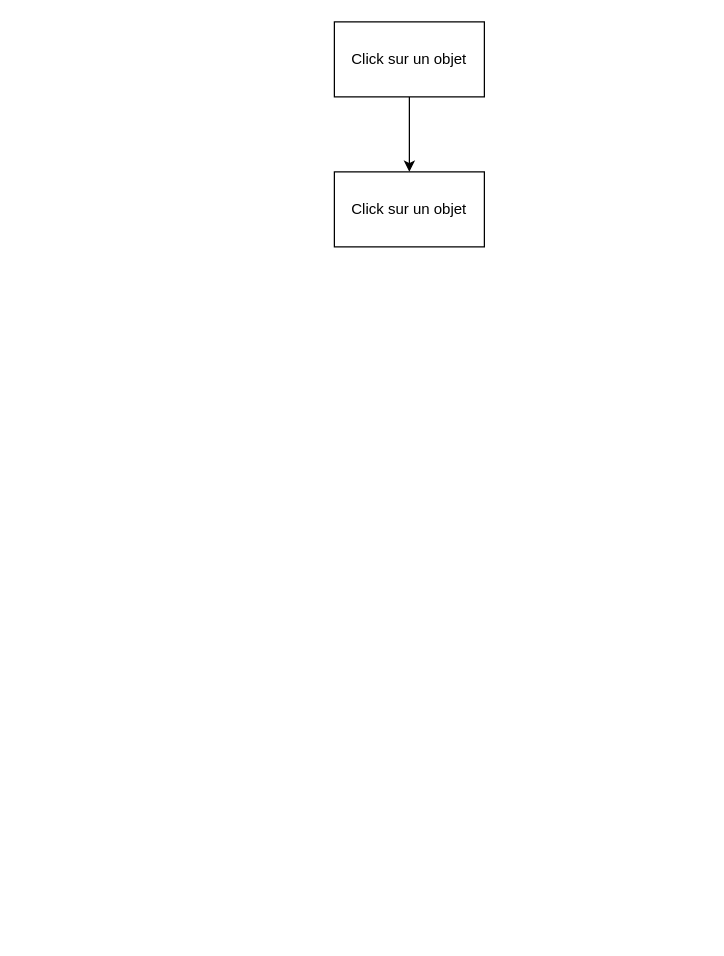
danielthalmann/MyAdventures keeps this draw.io diagram as Docs/actions.drawio. Above is the earlier version. Source tidied: cells renumbered, new cells numbered last; positions are measured from the earlier drawing's top-left corner, leaving out a move shared by most shapes. Both pictures are drawn from the tidied source at 125%, with x=0, y=0 at pixel (334, 21).
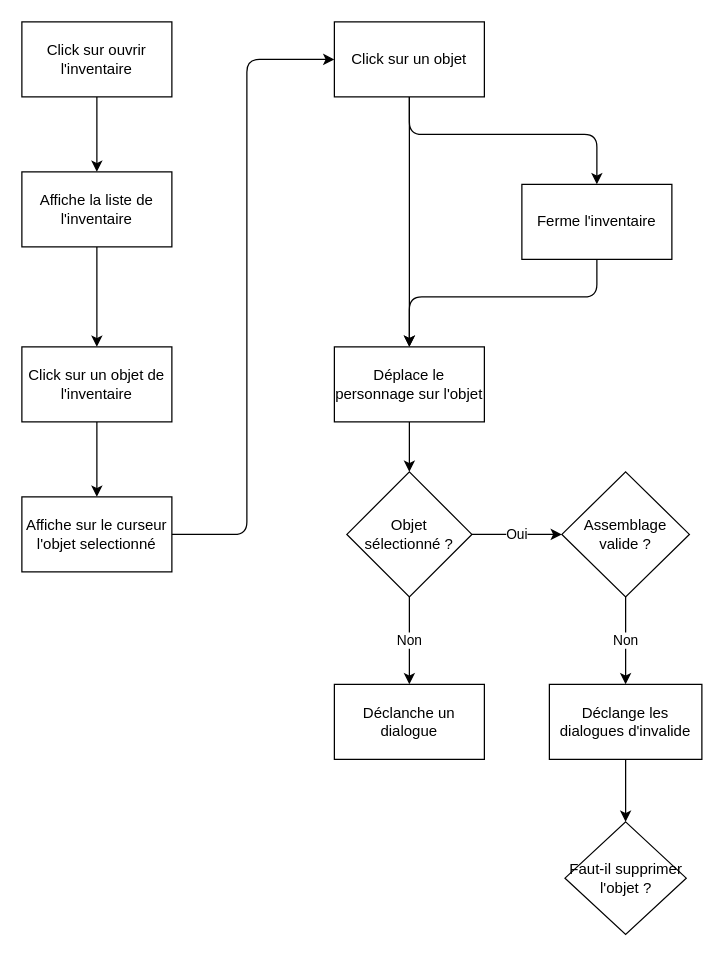
Above is the later version.

Unchanged cells that the change refers to:
```xml
<mxCell id="3" value="Click sur un objet" style="rounded=0;whiteSpace=wrap;html=1;" parent="1" vertex="1">
  <mxGeometry width="120" height="60" as="geometry" />
</mxCell>
```

The edit, as a diff of the source:
```diff
@@
+    <mxCell id="5" style="edgeStyle=none;html=1;" parent="1" edge="1" source="3" target="13">
+      <mxGeometry relative="1" as="geometry">
+        <Array as="points">
+          <mxPoint x="60" y="90" />
+          <mxPoint x="210" y="90" />
+        </Array>
+      </mxGeometry>
+    </mxCell>
@@
+    <mxCell id="6" style="edgeStyle=none;html=1;" parent="1" edge="1" source="4" target="20">
+      <mxGeometry relative="1" as="geometry" />
+    </mxCell>
-    <mxCell id="4" value="Click sur un objet" style="rounded=0;whiteSpace=wrap;html=1;" parent="1" vertex="1">
-      <mxGeometry y="120" width="120" height="60" as="geometry" />
+    <mxCell id="4" value="Déplace le personnage sur l'objet" style="rounded=0;whiteSpace=wrap;html=1;" parent="1" vertex="1">
+      <mxGeometry y="260" width="120" height="60" as="geometry" />
     </mxCell>
+    <mxCell id="7" value="Déclanche un dialogue" style="rounded=0;whiteSpace=wrap;html=1;" parent="1" vertex="1">
+      <mxGeometry y="530" width="120" height="60" as="geometry" />
+    </mxCell>
+    <mxCell id="8" style="edgeStyle=none;html=1;" parent="1" edge="1" source="9" target="11">
+      <mxGeometry relative="1" as="geometry" />
+    </mxCell>
+    <mxCell id="9" value="Click sur un objet de l'inventaire" style="rounded=0;whiteSpace=wrap;html=1;" parent="1" vertex="1">
+      <mxGeometry x="-250" y="260" width="120" height="60" as="geometry" />
+    </mxCell>
+    <mxCell id="10" style="edgeStyle=none;html=1;entryX=0;entryY=0.5;entryDx=0;entryDy=0;" parent="1" edge="1" source="11" target="3">
+      <mxGeometry relative="1" as="geometry">
+        <Array as="points">
+          <mxPoint x="-70" y="410" />
+          <mxPoint x="-70" y="30" />
+        </Array>
+      </mxGeometry>
+    </mxCell>
+    <mxCell id="11" value="Affiche sur le curseur&lt;div&gt;l'objet selectionné&lt;/div&gt;" style="whiteSpace=wrap;html=1;rounded=0;" parent="1" vertex="1">
+      <mxGeometry x="-250" y="380" width="120" height="60" as="geometry" />
+    </mxCell>
+    <mxCell id="12" style="edgeStyle=none;html=1;entryX=0.5;entryY=0;entryDx=0;entryDy=0;" parent="1" edge="1" source="13" target="4">
+      <mxGeometry relative="1" as="geometry">
+        <Array as="points">
+          <mxPoint x="210" y="220" />
+          <mxPoint x="60" y="220" />
+        </Array>
+      </mxGeometry>
+    </mxCell>
+    <mxCell id="13" value="Ferme l'inventaire" style="whiteSpace=wrap;html=1;rounded=0;" parent="1" vertex="1">
+      <mxGeometry x="150" y="130" width="120" height="60" as="geometry" />
+    </mxCell>
+    <mxCell id="14" style="edgeStyle=none;html=1;" parent="1" edge="1" source="15" target="17">
+      <mxGeometry relative="1" as="geometry" />
+    </mxCell>
+    <mxCell id="15" value="Click sur ouvrir l'inventaire" style="rounded=0;whiteSpace=wrap;html=1;" parent="1" vertex="1">
+      <mxGeometry x="-250" width="120" height="60" as="geometry" />
+    </mxCell>
+    <mxCell id="16" style="edgeStyle=none;html=1;" parent="1" edge="1" source="17" target="9">
+      <mxGeometry relative="1" as="geometry" />
+    </mxCell>
+    <mxCell id="17" value="Affiche la liste de l'inventaire" style="rounded=0;whiteSpace=wrap;html=1;" parent="1" vertex="1">
+      <mxGeometry x="-250" y="120" width="120" height="60" as="geometry" />
+    </mxCell>
+    <mxCell id="18" value="Non" style="edgeStyle=none;html=1;" parent="1" edge="1" source="20" target="7">
+      <mxGeometry relative="1" as="geometry" />
+    </mxCell>
+    <mxCell id="19" value="Oui" style="edgeStyle=none;html=1;" parent="1" edge="1" source="20" target="22">
+      <mxGeometry relative="1" as="geometry" />
+    </mxCell>
+    <mxCell id="20" value="Objet&lt;br&gt;sélectionné ?" style="rhombus;whiteSpace=wrap;html=1;rounded=0;" parent="1" vertex="1">
+      <mxGeometry x="10" y="360" width="100" height="100" as="geometry" />
+    </mxCell>
+    <mxCell id="21" value="Non" style="edgeStyle=none;html=1;" parent="1" edge="1" source="22" target="24">
+      <mxGeometry relative="1" as="geometry" />
+    </mxCell>
+    <mxCell id="22" value="Assemblage valide ?" style="rhombus;whiteSpace=wrap;html=1;rounded=0;" parent="1" vertex="1">
+      <mxGeometry x="182" y="360" width="102" height="100" as="geometry" />
+    </mxCell>
+    <mxCell id="23" style="edgeStyle=none;html=1;" parent="1" edge="1" source="24" target="25">
+      <mxGeometry relative="1" as="geometry" />
+    </mxCell>
+    <mxCell id="24" value="Déclange les dialogues d'invalide" style="whiteSpace=wrap;html=1;rounded=0;" parent="1" vertex="1">
+      <mxGeometry x="172" y="530" width="122" height="60" as="geometry" />
+    </mxCell>
+    <mxCell id="25" value="Faut-il supprimer l'objet ?" style="rhombus;whiteSpace=wrap;html=1;rounded=0;" parent="1" vertex="1">
+      <mxGeometry x="184.5" y="640" width="97" height="90" as="geometry" />
+    </mxCell>
```
